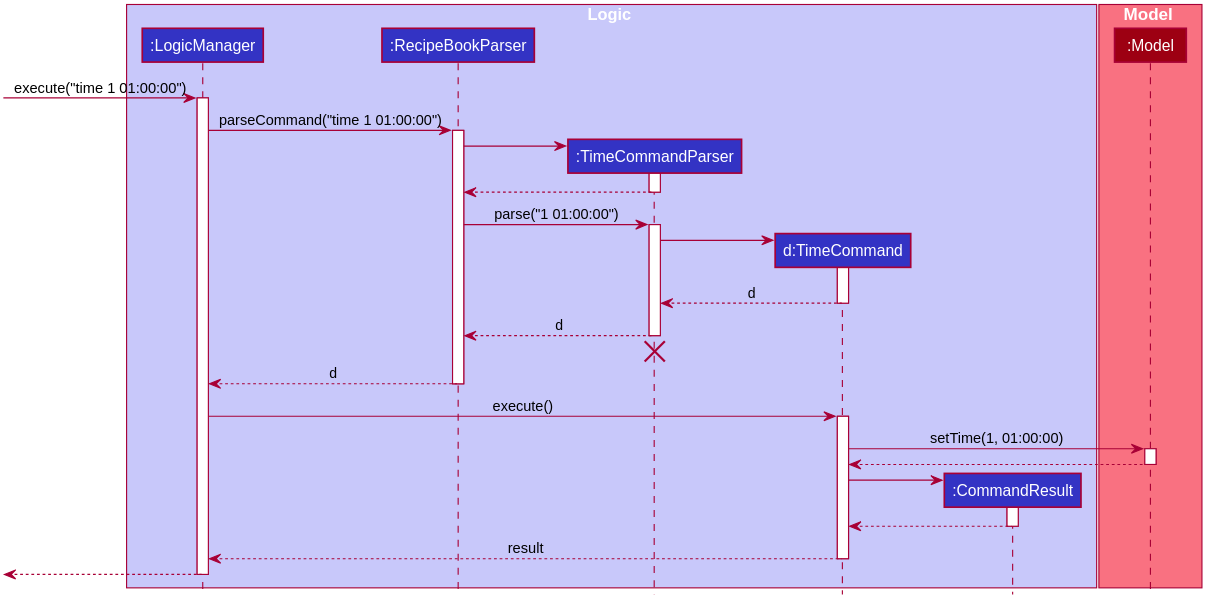
This is docs/images/TimeSequenceDiagram.svg from nus-cs2103-AY1920S2/addressbook-level3, a PlantUML export, as it was before one commit.
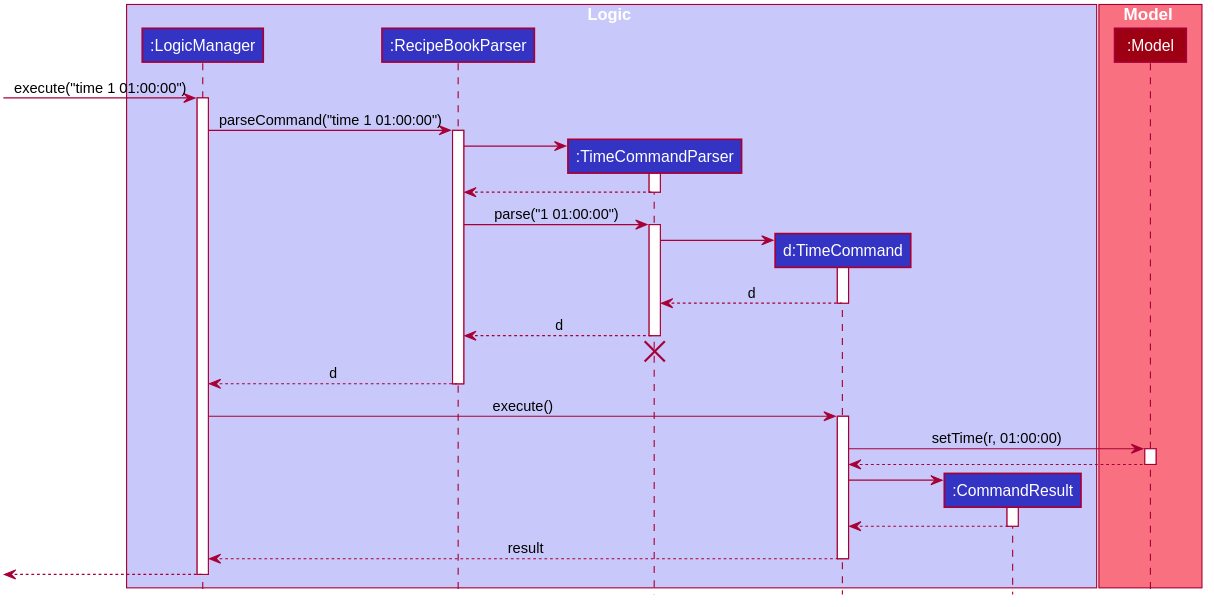
The same diagram one commit later.

Change to the diagram source:
```diff
@@ -97,7 +97,7 @@
 LogicManager -> TimeCommand : execute()
 activate TimeCommand
 
-TimeCommand -> Model : setTime(1, 01:00:00)
+TimeCommand -> Model : setTime(r, 01:00:00)
 activate Model
 
 Model --> TimeCommand
```
